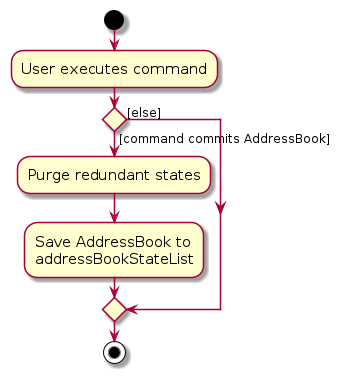
The PlantUML diagram diagrams/CommitActivityDiagram.png in AY2627S1-CS2103T-F12-2/tp, before a commit. Its source is kept beside it as diagrams/CommitActivityDiagram.puml. The source it was exported from:
```plantuml
@startuml
skin rose
skinparam ActivityFontSize 15
skinparam ArrowFontSize 12
start
:User executes command;


if () then ([command commits AddressBook])
    :Purge redundant states;
    :Save AddressBook to
    addressBookStateList;
else ([else])
endif
stop
@enduml
```
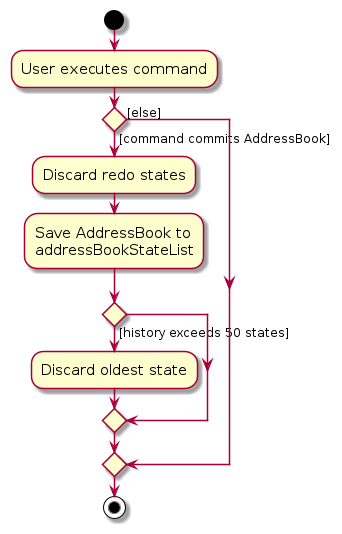
After the commit.

What changed in the source:
```diff
@@ -7,9 +7,12 @@
 
 
 if () then ([command commits AddressBook])
-    :Purge redundant states;
+    :Discard redo states;
     :Save AddressBook to
     addressBookStateList;
+    if () then ([history exceeds 50 states])
+        :Discard oldest state;
+    endif
 else ([else])
 endif
 stop
```
